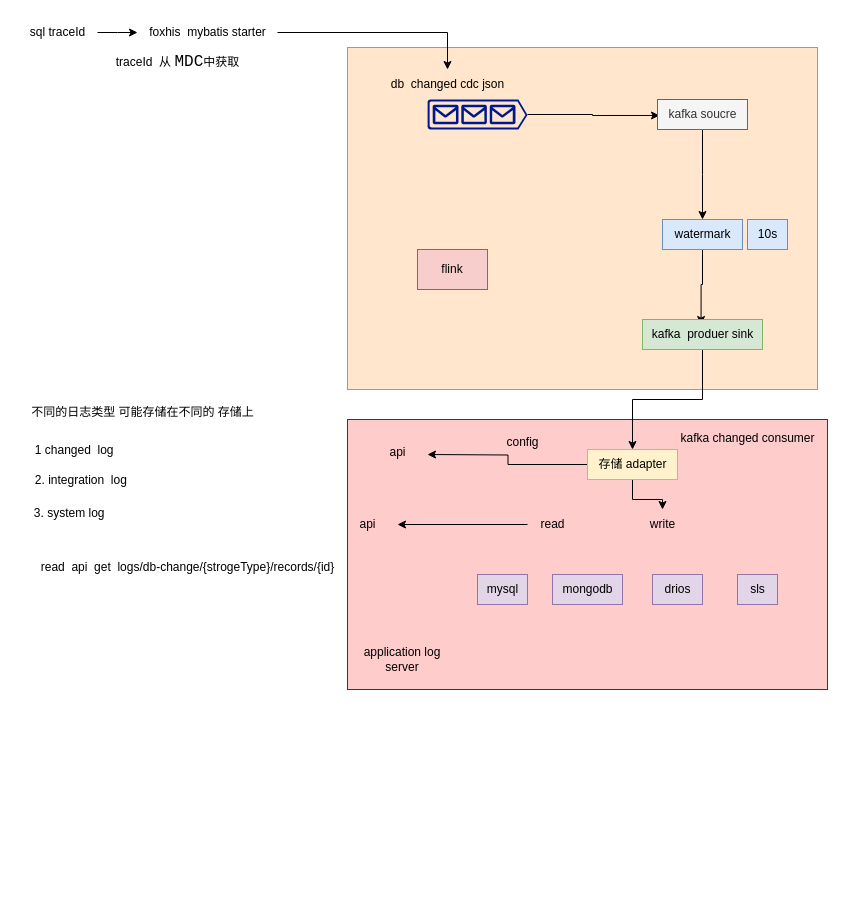
Earlier version of the draw.io diagram page "binglog cdc" (13 of 13) of xctp.drawio (devfox88/draw-house). Source tidied: cells renumbered, new cells numbered last; positions are measured from the earlier drawing's top-left corner, leaving out a move shared by most shapes. Both pictures are drawn from the tidied source at 100%, with x=0, y=0 at pixel (17, 17).
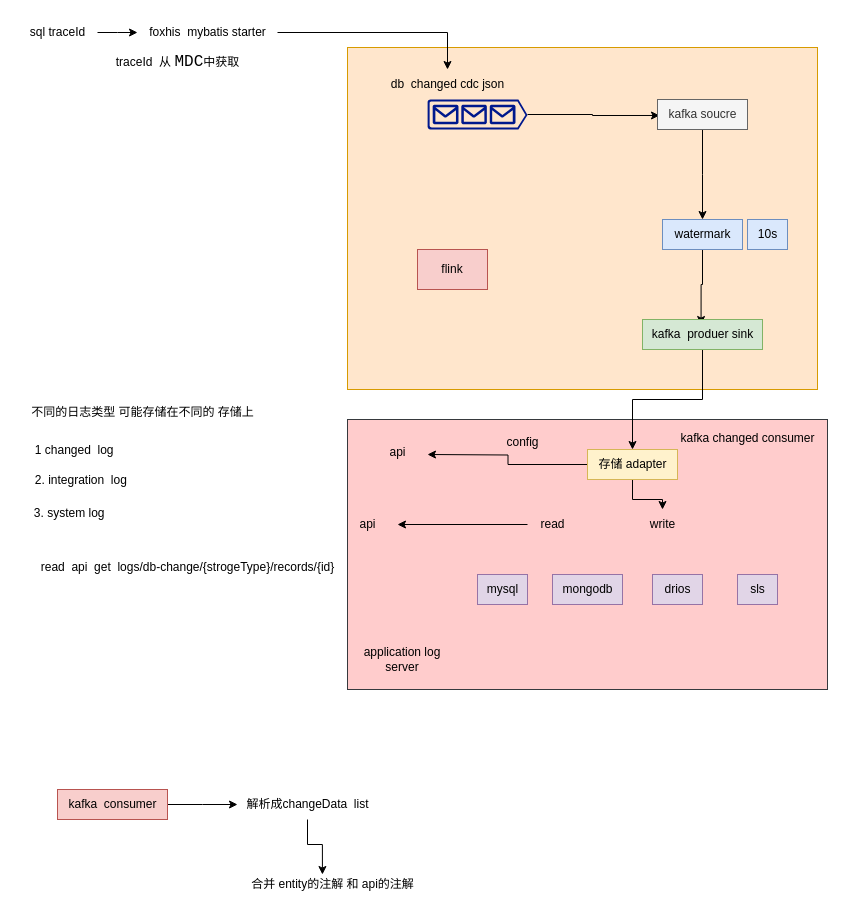
The same page after the edit.

The edit, as a diff of the source:
```diff
@@
+    <mxCell id="41" style="edgeStyle=orthogonalEdgeStyle;rounded=0;jettySize=auto;html=1;" parent="1" edge="1" source="42">
+      <mxGeometry relative="1" as="geometry">
+        <mxPoint x="220" y="787" as="targetPoint" />
+      </mxGeometry>
+    </mxCell>
+    <mxCell id="42" value="kafka&amp;nbsp; consumer" style="text;html=1;align=center;verticalAlign=middle;points=[];strokeColor=#b85450;fillColor=#f8cecc;" parent="1" vertex="1">
+      <mxGeometry x="40" y="772" width="110" height="30" as="geometry" />
+    </mxCell>
+    <mxCell id="43" style="edgeStyle=orthogonalEdgeStyle;rounded=0;jettySize=auto;html=1;entryX=0.447;entryY=0.167;entryDx=0;entryDy=0;entryPerimeter=0;" parent="1" edge="1" source="44" target="45">
+      <mxGeometry relative="1" as="geometry" />
+    </mxCell>
+    <mxCell id="44" value="解析成changeData&amp;nbsp; list" style="text;html=1;align=center;verticalAlign=middle;points=[];strokeColor=none;fillColor=none;" parent="1" vertex="1">
+      <mxGeometry x="215" y="772" width="150" height="30" as="geometry" />
+    </mxCell>
+    <mxCell id="45" value="合并 entity的注解 和 api的注解" style="text;html=1;align=center;verticalAlign=middle;points=[];strokeColor=none;fillColor=none;" parent="1" vertex="1">
+      <mxGeometry x="220" y="852" width="190" height="30" as="geometry" />
+    </mxCell>
```
